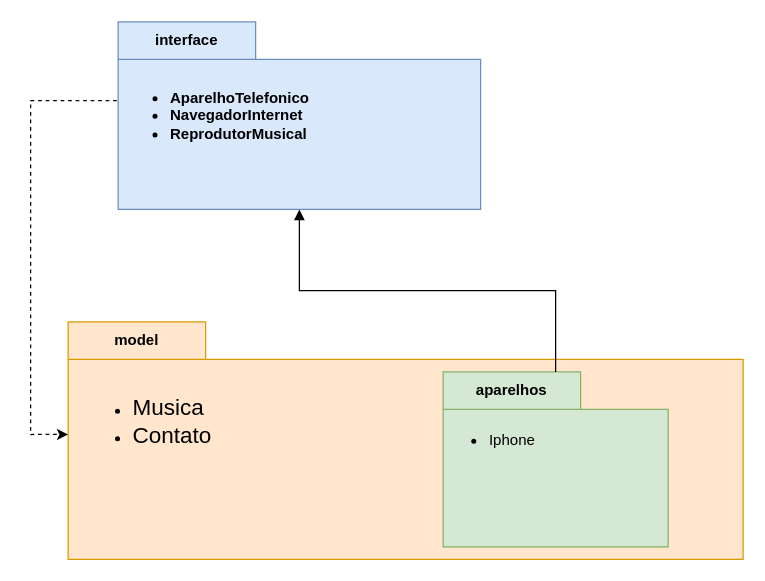
Above: page "Package" (2 of 2) of Desafios/DesafioIphone/imgs/UML_Desafio_Iphone.drawio in LucasGFBatista/DIO-BOOTCAMPS (draw.io), before the change. Source tidied: cells renumbered, new cells numbered last; positions are measured from the earlier drawing's top-left corner, leaving out a move shared by most shapes. Both pictures are drawn from the tidied source at 125%, with x=0, y=0 at pixel (30, 21).
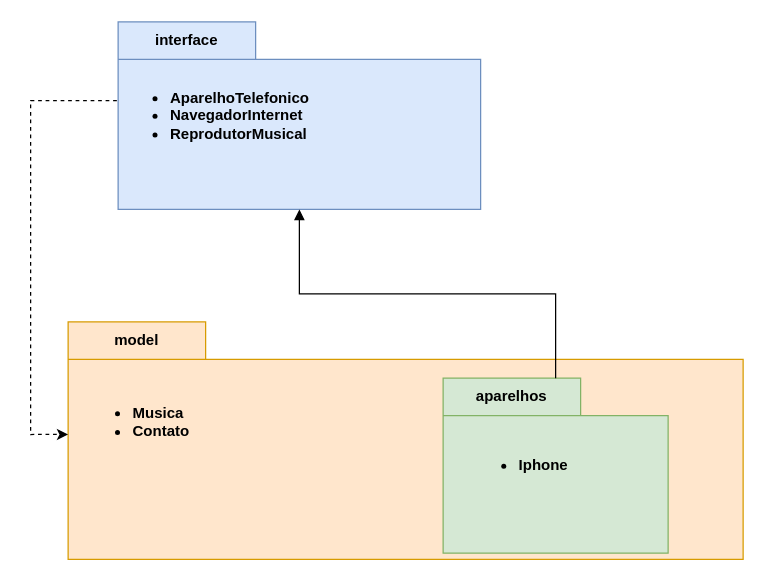
Above is the later version.

Commit message:
docs: package diagram some updates

The edit, as a diff of the source:
```diff
@@
 <mxGraphModel background="#ffffff">
   <root>
     <mxCell id="0" />
     <mxCell id="1" parent="0" />
     <mxCell id="2" value="interface" style="shape=folder;fontStyle=1;tabWidth=110;tabHeight=30;tabPosition=left;html=1;boundedLbl=1;labelInHeader=1;whiteSpace=wrap;fillColor=#dae8fc;strokeColor=#6c8ebf;" parent="1" vertex="1">
       <mxGeometry x="70" width="290" height="150" as="geometry" />
     </mxCell>
     <mxCell id="3" value="&lt;ul&gt;&lt;li&gt;&lt;b&gt;AparelhoTelefonico&lt;/b&gt;&lt;/li&gt;&lt;li&gt;&lt;b&gt;NavegadorInternet&lt;/b&gt;&lt;/li&gt;&lt;li&gt;&lt;b&gt;ReprodutorMusical&lt;/b&gt;&lt;/li&gt;&lt;/ul&gt;" style="text;html=1;align=left;verticalAlign=middle;points=[];strokeColor=none;fillColor=none;" parent="2" vertex="1">
       <mxGeometry y="35" width="170" height="80" as="geometry" />
     </mxCell>
     <mxCell id="4" value="model" style="shape=folder;fontStyle=1;tabWidth=110;tabHeight=30;tabPosition=left;html=1;boundedLbl=1;labelInHeader=1;whiteSpace=wrap;fillColor=#ffe6cc;strokeColor=#d79b00;" parent="1" vertex="1">
       <mxGeometry x="30" y="240" width="540" height="190" as="geometry" />
     </mxCell>
     <mxCell id="5" value="aparelhos" style="shape=folder;fontStyle=1;tabWidth=110;tabHeight=30;tabPosition=left;html=1;boundedLbl=1;labelInHeader=1;whiteSpace=wrap;fillColor=#d5e8d4;strokeColor=#82b366;" parent="4" vertex="1">
-      <mxGeometry x="300" y="40" width="180" height="140" as="geometry" />
+      <mxGeometry x="300" y="45" width="180" height="140" as="geometry" />
     </mxCell>
-    <mxCell id="6" value="&lt;ul&gt;&lt;li&gt;Iphone&lt;/li&gt;&lt;/ul&gt;" style="text;html=1;align=center;verticalAlign=middle;strokeColor=none;fillColor=none;" parent="5" vertex="1">
-      <mxGeometry x="-15" y="30" width="100" height="50" as="geometry" />
+    <mxCell id="6" value="&lt;ul&gt;&lt;li&gt;&lt;b&gt;Iphone&lt;/b&gt;&lt;/li&gt;&lt;/ul&gt;" style="text;html=1;align=center;verticalAlign=middle;strokeColor=none;fillColor=none;" parent="5" vertex="1">
+      <mxGeometry x="10" y="45" width="100" height="50" as="geometry" />
     </mxCell>
-    <mxCell id="7" value="&lt;ul&gt;&lt;li&gt;&lt;font style=&quot;font-size: 18px;&quot;&gt;Musica&lt;/font&gt;&lt;/li&gt;&lt;li&gt;&lt;font style=&quot;font-size: 18px;&quot;&gt;Contato&lt;/font&gt;&lt;/li&gt;&lt;/ul&gt;" style="text;html=1;align=left;verticalAlign=middle;strokeColor=none;fillColor=none;" parent="4" vertex="1">
-      <mxGeometry x="10" y="40" width="130" height="80" as="geometry" />
+    <mxCell id="7" value="&lt;ul&gt;&lt;li&gt;&lt;font style=&quot;font-size: 12px;&quot;&gt;&lt;b&gt;Musica&lt;/b&gt;&lt;/font&gt;&lt;/li&gt;&lt;li&gt;&lt;font style=&quot;font-size: 12px;&quot;&gt;&lt;b&gt;Contato&lt;/b&gt;&lt;/font&gt;&lt;/li&gt;&lt;/ul&gt;" style="text;html=1;align=left;verticalAlign=middle;strokeColor=none;fillColor=none;" parent="4" vertex="1">
+      <mxGeometry x="10" y="45" width="110" height="70" as="geometry" />
     </mxCell>
     <mxCell id="8" style="edgeStyle=orthogonalEdgeStyle;rounded=0;jettySize=auto;html=1;endArrow=block;endFill=1;" parent="1" edge="1" source="5" target="2">
       <mxGeometry relative="1" as="geometry" />
     </mxCell>
     <mxCell id="9" style="edgeStyle=orthogonalEdgeStyle;rounded=0;jettySize=auto;html=1;entryX=0;entryY=0.474;entryDx=0;entryDy=0;entryPerimeter=0;exitX=-0.006;exitY=0.35;exitDx=0;exitDy=0;exitPerimeter=0;dashed=1;" parent="1" edge="1" source="3" target="4">
       <mxGeometry relative="1" as="geometry">
         <Array as="points">
           <mxPoint y="63" />
           <mxPoint y="330" />
         </Array>
       </mxGeometry>
     </mxCell>
   </root>
 </mxGraphModel>
```
